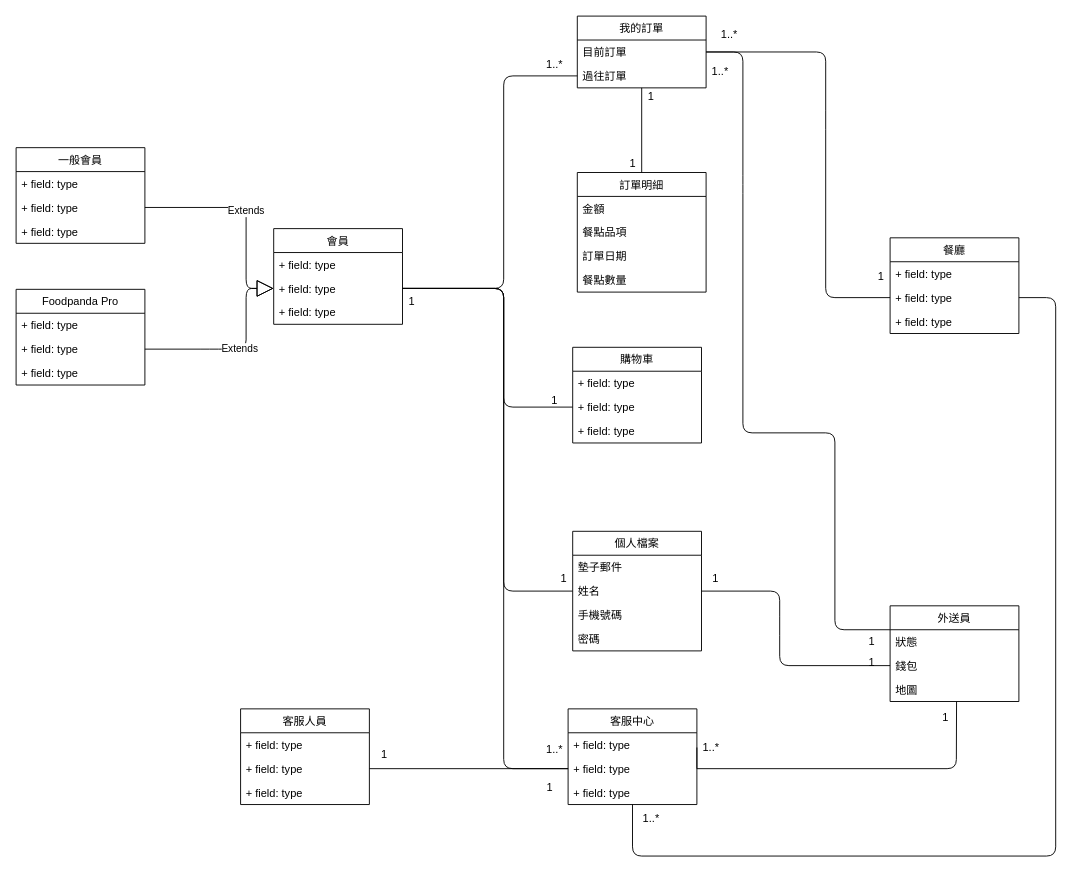
This is Class_diagram.drawio from today16/last, a draw.io file, before an edit. Source tidied: cells renumbered, new cells numbered last; positions are measured from the earlier drawing's top-left corner, leaving out a move shared by most shapes. Both pictures are drawn from the tidied source at 92%, with x=0, y=0 at pixel (16, 16).
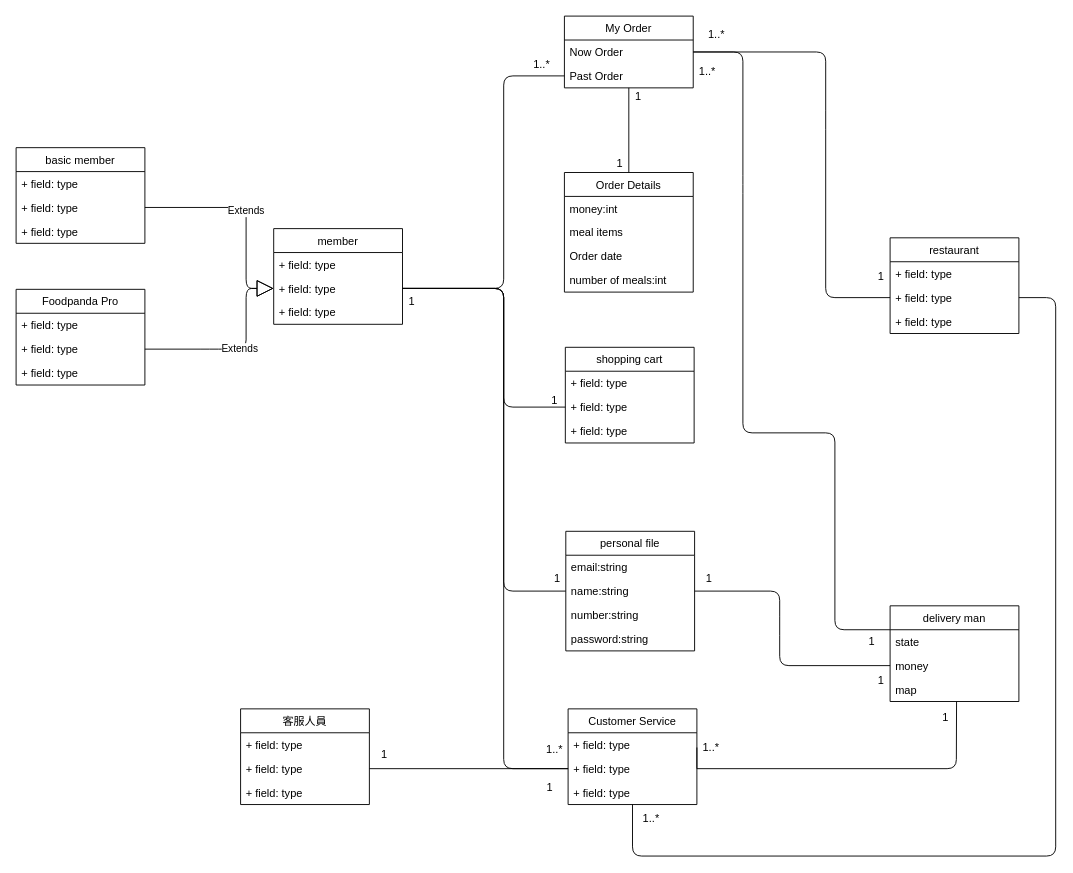
After the change.

Change to the diagram source:
```diff
@@
-    <mxCell id="2" value="一般會員" style="swimlane;fontStyle=0;horizontal=1;startSize=26;fillColor=none;" parent="1" vertex="1">
+    <mxCell id="2" value="basic member" style="swimlane;fontStyle=0;horizontal=1;startSize=26;fillColor=none;" parent="1" vertex="1">
       <mxGeometry y="143" width="140" height="104" as="geometry" />
     </mxCell>
@@
-    <mxCell id="10" value="外送員" style="swimlane;fontStyle=0;horizontal=1;startSize=26;fillColor=none;" parent="1" vertex="1">
+    <mxCell id="10" value="delivery man" style="swimlane;fontStyle=0;horizontal=1;startSize=26;fillColor=none;" parent="1" vertex="1">
       <mxGeometry x="950" y="641" width="140" height="104" as="geometry" />
     </mxCell>
-    <mxCell id="11" value="狀態" style="text;strokeColor=none;fillColor=none;align=left;verticalAlign=top;spacingLeft=4;spacingRight=4;overflow=hidden;" parent="10" vertex="1">
+    <mxCell id="11" value="state" style="text;strokeColor=none;fillColor=none;align=left;verticalAlign=top;spacingLeft=4;spacingRight=4;overflow=hidden;" parent="10" vertex="1">
       <mxGeometry y="26" width="140" height="26" as="geometry" />
     </mxCell>
-    <mxCell id="12" value="錢包" style="text;strokeColor=none;fillColor=none;align=left;verticalAlign=top;spacingLeft=4;spacingRight=4;overflow=hidden;points=[[0,0.5],[1,0.5]];portConstraint=eastwest;" parent="10" vertex="1">
+    <mxCell id="12" value="money" style="text;strokeColor=none;fillColor=none;align=left;verticalAlign=top;spacingLeft=4;spacingRight=4;overflow=hidden;points=[[0,0.5],[1,0.5]];portConstraint=eastwest;" parent="10" vertex="1">
       <mxGeometry y="52" width="140" height="26" as="geometry" />
     </mxCell>
-    <mxCell id="13" value="地圖" style="text;strokeColor=none;fillColor=none;align=left;verticalAlign=top;spacingLeft=4;spacingRight=4;overflow=hidden;points=[[0,0.5],[1,0.5]];portConstraint=eastwest;" parent="10" vertex="1">
+    <mxCell id="13" value="map" style="text;strokeColor=none;fillColor=none;align=left;verticalAlign=top;spacingLeft=4;spacingRight=4;overflow=hidden;points=[[0,0.5],[1,0.5]];portConstraint=eastwest;" parent="10" vertex="1">
       <mxGeometry y="78" width="140" height="26" as="geometry" />
     </mxCell>
@@
-    <mxCell id="18" value="訂單明細" style="swimlane;fontStyle=0;horizontal=1;startSize=26;fillColor=none;" parent="1" vertex="1">
-      <mxGeometry x="610" y="170" width="140" height="130" as="geometry" />
+    <mxCell id="18" value="Order Details" style="swimlane;fontStyle=0;horizontal=1;startSize=26;fillColor=none;" parent="1" vertex="1">
+      <mxGeometry x="596" y="170" width="140" height="130" as="geometry" />
     </mxCell>
-    <mxCell id="19" value="金額" style="text;strokeColor=none;fillColor=none;align=left;verticalAlign=top;spacingLeft=4;spacingRight=4;overflow=hidden;" parent="18" vertex="1">
+    <mxCell id="19" value="money:int" style="text;strokeColor=none;fillColor=none;align=left;verticalAlign=top;spacingLeft=4;spacingRight=4;overflow=hidden;" parent="18" vertex="1">
       <mxGeometry y="26" width="140" height="26" as="geometry" />
     </mxCell>
-    <mxCell id="20" value="餐點品項" style="text;strokeColor=none;fillColor=none;align=left;verticalAlign=top;spacingLeft=4;spacingRight=4;overflow=hidden;" parent="18" vertex="1">
+    <mxCell id="20" value="meal items" style="text;strokeColor=none;fillColor=none;align=left;verticalAlign=top;spacingLeft=4;spacingRight=4;overflow=hidden;" parent="18" vertex="1">
       <mxGeometry y="52" width="140" height="26" as="geometry" />
     </mxCell>
-    <mxCell id="21" value="訂單日期" style="text;strokeColor=none;fillColor=none;align=left;verticalAlign=top;spacingLeft=4;spacingRight=4;overflow=hidden;" parent="18" vertex="1">
+    <mxCell id="21" value="Order date" style="text;strokeColor=none;fillColor=none;align=left;verticalAlign=top;spacingLeft=4;spacingRight=4;overflow=hidden;" parent="18" vertex="1">
       <mxGeometry y="78" width="140" height="26" as="geometry" />
     </mxCell>
-    <mxCell id="22" value="餐點數量" style="text;strokeColor=none;fillColor=none;align=left;verticalAlign=top;spacingLeft=4;spacingRight=4;overflow=hidden;" parent="18" vertex="1">
+    <mxCell id="22" value="number of meals:int" style="text;strokeColor=none;fillColor=none;align=left;verticalAlign=top;spacingLeft=4;spacingRight=4;overflow=hidden;" parent="18" vertex="1">
       <mxGeometry y="104" width="140" height="26" as="geometry" />
     </mxCell>
-    <mxCell id="23" value="個人檔案" style="swimlane;fontStyle=0;horizontal=1;startSize=26;fillColor=none;" parent="1" vertex="1">
-      <mxGeometry x="605" y="560" width="140" height="130" as="geometry" />
+    <mxCell id="23" value="personal file" style="swimlane;fontStyle=0;horizontal=1;startSize=26;fillColor=none;" parent="1" vertex="1">
+      <mxGeometry x="597.5" y="560" width="140" height="130" as="geometry" />
     </mxCell>
-    <mxCell id="24" value="墊子郵件" style="text;strokeColor=none;fillColor=none;align=left;verticalAlign=top;spacingLeft=4;spacingRight=4;overflow=hidden;" parent="23" vertex="1">
+    <mxCell id="24" value="email:string" style="text;strokeColor=none;fillColor=none;align=left;verticalAlign=top;spacingLeft=4;spacingRight=4;overflow=hidden;" parent="23" vertex="1">
       <mxGeometry y="26" width="140" height="26" as="geometry" />
     </mxCell>
-    <mxCell id="25" value="姓名" style="text;strokeColor=none;fillColor=none;align=left;verticalAlign=top;spacingLeft=4;spacingRight=4;overflow=hidden;points=[[0,0.5],[1,0.5]];portConstraint=eastwest;" parent="23" vertex="1">
+    <mxCell id="25" value="name:string    " style="text;strokeColor=none;fillColor=none;align=left;verticalAlign=top;spacingLeft=4;spacingRight=4;overflow=hidden;points=[[0,0.5],[1,0.5]];portConstraint=eastwest;" parent="23" vertex="1">
       <mxGeometry y="52" width="140" height="26" as="geometry" />
     </mxCell>
-    <mxCell id="26" value="手機號碼" style="text;strokeColor=none;fillColor=none;align=left;verticalAlign=top;spacingLeft=4;spacingRight=4;overflow=hidden;" parent="23" vertex="1">
+    <mxCell id="26" value="number:string" style="text;strokeColor=none;fillColor=none;align=left;verticalAlign=top;spacingLeft=4;spacingRight=4;overflow=hidden;" parent="23" vertex="1">
       <mxGeometry y="78" width="140" height="26" as="geometry" />
     </mxCell>
-    <mxCell id="27" value="密碼" style="text;strokeColor=none;fillColor=none;align=left;verticalAlign=top;spacingLeft=4;spacingRight=4;overflow=hidden;" parent="23" vertex="1">
+    <mxCell id="27" value="password:string" style="text;strokeColor=none;fillColor=none;align=left;verticalAlign=top;spacingLeft=4;spacingRight=4;overflow=hidden;" parent="23" vertex="1">
       <mxGeometry y="104" width="140" height="26" as="geometry" />
     </mxCell>
-    <mxCell id="28" value="客服中心" style="swimlane;fontStyle=0;horizontal=1;startSize=26;fillColor=none;" parent="1" vertex="1">
+    <mxCell id="28" value="Customer Service" style="swimlane;fontStyle=0;horizontal=1;startSize=26;fillColor=none;" parent="1" vertex="1">
       <mxGeometry x="600" y="753" width="140" height="104" as="geometry" />
     </mxCell>
@@
-    <mxCell id="32" value="我的訂單" style="swimlane;fontStyle=0;horizontal=1;startSize=26;fillColor=none;" parent="1" vertex="1">
-      <mxGeometry x="610" width="140" height="78" as="geometry" />
+    <mxCell id="32" value="My Order" style="swimlane;fontStyle=0;horizontal=1;startSize=26;fillColor=none;" parent="1" vertex="1">
+      <mxGeometry x="596" width="140" height="78" as="geometry" />
     </mxCell>
-    <mxCell id="33" value="目前訂單" style="text;strokeColor=none;fillColor=none;align=left;verticalAlign=top;spacingLeft=4;spacingRight=4;overflow=hidden;points=[[0,0.5],[1,0.5]];portConstraint=eastwest;" parent="32" vertex="1">
+    <mxCell id="33" value="Now Order" style="text;strokeColor=none;fillColor=none;align=left;verticalAlign=top;spacingLeft=4;spacingRight=4;overflow=hidden;points=[[0,0.5],[1,0.5]];portConstraint=eastwest;" parent="32" vertex="1">
       <mxGeometry y="26" width="140" height="26" as="geometry" />
     </mxCell>
-    <mxCell id="34" value="過往訂單" style="text;strokeColor=none;fillColor=none;align=left;verticalAlign=top;spacingLeft=4;spacingRight=4;overflow=hidden;points=[[0,0.5],[1,0.5]];portConstraint=eastwest;" parent="32" vertex="1">
+    <mxCell id="34" value="Past Order" style="text;strokeColor=none;fillColor=none;align=left;verticalAlign=top;spacingLeft=4;spacingRight=4;overflow=hidden;points=[[0,0.5],[1,0.5]];portConstraint=eastwest;" parent="32" vertex="1">
       <mxGeometry y="52" width="140" height="26" as="geometry" />
     </mxCell>
-    <mxCell id="35" value="購物車" style="swimlane;fontStyle=0;horizontal=1;startSize=26;fillColor=none;" parent="1" vertex="1">
-      <mxGeometry x="605" y="360" width="140" height="104" as="geometry" />
+    <mxCell id="35" value="shopping cart" style="swimlane;fontStyle=0;horizontal=1;startSize=26;fillColor=none;" parent="1" vertex="1">
+      <mxGeometry x="597" y="360" width="140" height="104" as="geometry" />
     </mxCell>
@@
-    <mxCell id="39" value="餐廳" style="swimlane;fontStyle=0;horizontal=1;startSize=26;fillColor=none;" parent="1" vertex="1">
+    <mxCell id="39" value="restaurant" style="swimlane;fontStyle=0;horizontal=1;startSize=26;fillColor=none;" parent="1" vertex="1">
       <mxGeometry x="950" y="241" width="140" height="104" as="geometry" />
     </mxCell>
@@
-    <mxCell id="43" value="會員" style="swimlane;fontStyle=0;horizontal=1;startSize=26;fillColor=none;" parent="1" vertex="1">
+    <mxCell id="43" value="member" style="swimlane;fontStyle=0;horizontal=1;startSize=26;fillColor=none;" parent="1" vertex="1">
       <mxGeometry x="280" y="231" width="140" height="104" as="geometry" />
     </mxCell>
@@
     <mxCell id="52" value="1" style="text;html=1;align=center;verticalAlign=middle;strokeColor=none;fillColor=none;" parent="1" vertex="1">
-      <mxGeometry x="585" y="602" width="20" height="20" as="geometry" />
+      <mxGeometry x="577.5" y="602" width="20" height="20" as="geometry" />
     </mxCell>
@@
     <mxCell id="55" value="1..*" style="text;html=1;align=center;verticalAlign=middle;strokeColor=none;fillColor=none;" parent="1" vertex="1">
-      <mxGeometry x="570" y="43" width="30" height="20" as="geometry" />
+      <mxGeometry x="556" y="43" width="30" height="20" as="geometry" />
     </mxCell>
@@
     <mxCell id="59" value="1" style="text;html=1;align=center;verticalAlign=middle;strokeColor=none;fillColor=none;" parent="1" vertex="1">
-      <mxGeometry x="680" y="78" width="20" height="20" as="geometry" />
+      <mxGeometry x="666" y="78" width="20" height="20" as="geometry" />
     </mxCell>
     <mxCell id="60" value="1" style="text;html=1;align=center;verticalAlign=middle;strokeColor=none;fillColor=none;" parent="1" vertex="1">
-      <mxGeometry x="660" y="150" width="20" height="20" as="geometry" />
+      <mxGeometry x="646" y="150" width="20" height="20" as="geometry" />
     </mxCell>
@@
     <mxCell id="62" value="1" style="text;html=1;align=center;verticalAlign=middle;strokeColor=none;fillColor=none;" parent="1" vertex="1">
-      <mxGeometry x="920" y="693" width="20" height="20" as="geometry" />
+      <mxGeometry x="930" y="713" width="20" height="20" as="geometry" />
     </mxCell>
@@
     <mxCell id="66" value="1..*" style="text;html=1;align=center;verticalAlign=middle;strokeColor=none;fillColor=none;" parent="1" vertex="1">
-      <mxGeometry x="760" y="10" width="30" height="20" as="geometry" />
+      <mxGeometry x="746" y="10" width="30" height="20" as="geometry" />
     </mxCell>
@@
     <mxCell id="69" value="1" style="text;html=1;align=center;verticalAlign=middle;strokeColor=none;fillColor=none;" parent="1" vertex="1">
-      <mxGeometry x="750" y="602" width="20" height="20" as="geometry" />
+      <mxGeometry x="742.5" y="602" width="20" height="20" as="geometry" />
     </mxCell>
@@
     <mxCell id="71" value="1..*" style="text;html=1;align=center;verticalAlign=middle;strokeColor=none;fillColor=none;" parent="1" vertex="1">
-      <mxGeometry x="750" y="50" width="30" height="20" as="geometry" />
+      <mxGeometry x="736" y="50" width="30" height="20" as="geometry" />
     </mxCell>
```
